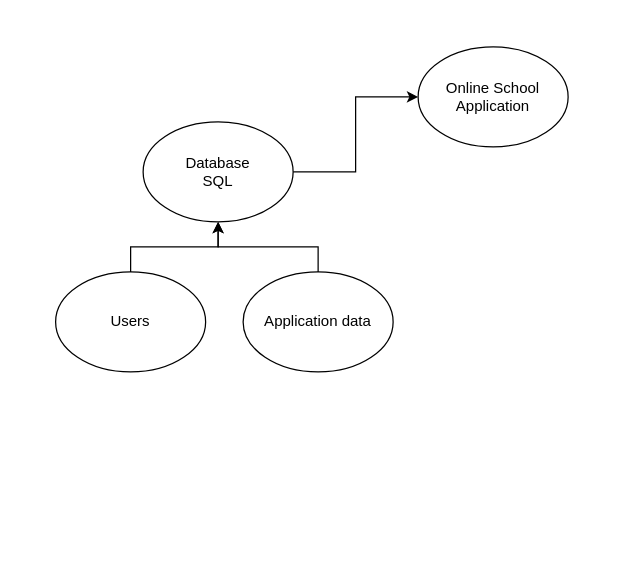
benricok/Delphi-PAT2022-Gr12 keeps this draw.io diagram as Phase1/Delphi PAT 2022 Gr12.drawio. Above is the earlier version. Source tidied: cells renumbered, new cells numbered last; positions are measured from the earlier drawing's top-left corner, leaving out a move shared by most shapes. Both pictures are drawn from the tidied source at 125%, with x=0, y=0 at pixel (55, 46).
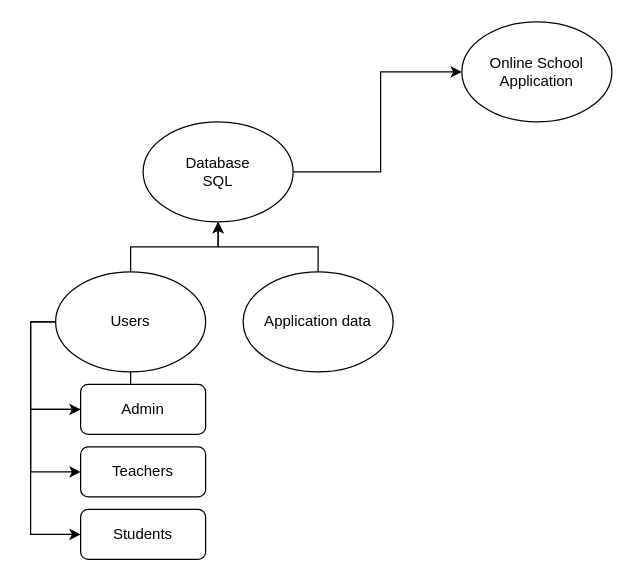
Above is the later version.

Unchanged cells that the change refers to:
```xml
<mxCell id="4" value="Database&lt;br&gt;SQL" style="ellipse;whiteSpace=wrap;html=1;" parent="1" vertex="1">
  <mxGeometry x="70" y="60" width="120" height="80" as="geometry" />
</mxCell>
<mxCell id="6" value="Users" style="ellipse;whiteSpace=wrap;html=1;" parent="1" vertex="1">
  <mxGeometry y="180" width="120" height="80" as="geometry" />
</mxCell>
```

Diff of the diagram source:
```diff
@@
     <mxCell id="2" value="Online School Application" style="ellipse;whiteSpace=wrap;html=1;" parent="1" vertex="1">
-      <mxGeometry x="290" width="120" height="80" as="geometry" />
+      <mxGeometry x="325" y="-20" width="120" height="80" as="geometry" />
     </mxCell>
     <mxCell id="3" style="edgeStyle=orthogonalEdgeStyle;rounded=0;jettySize=auto;html=1;entryX=0;entryY=0.5;entryDx=0;entryDy=0;" parent="1" edge="1" source="4" target="2">
-      <mxGeometry relative="1" as="geometry" />
+      <mxGeometry relative="1" as="geometry">
+        <Array as="points">
+          <mxPoint x="260" y="100" />
+          <mxPoint x="260" y="20" />
+        </Array>
+      </mxGeometry>
     </mxCell>
@@
+    <mxCell id="9" style="edgeStyle=orthogonalEdgeStyle;rounded=0;jettySize=auto;html=1;entryX=0;entryY=0.5;entryDx=0;entryDy=0;exitX=0;exitY=0.5;exitDx=0;exitDy=0;" parent="1" edge="1" source="6" target="12">
+      <mxGeometry relative="1" as="geometry" />
+    </mxCell>
+    <mxCell id="10" style="edgeStyle=orthogonalEdgeStyle;rounded=0;jettySize=auto;html=1;entryX=0;entryY=0.5;entryDx=0;entryDy=0;" parent="1" edge="1" source="6" target="13">
+      <mxGeometry relative="1" as="geometry">
+        <Array as="points">
+          <mxPoint x="60" y="290" />
+          <mxPoint x="-20" y="290" />
+          <mxPoint x="-20" y="340" />
+        </Array>
+      </mxGeometry>
+    </mxCell>
+    <mxCell id="11" style="edgeStyle=orthogonalEdgeStyle;rounded=0;jettySize=auto;html=1;entryX=0;entryY=0.5;entryDx=0;entryDy=0;" parent="1" edge="1" target="14">
+      <mxGeometry relative="1" as="geometry">
+        <mxPoint y="220" as="sourcePoint" />
+        <Array as="points">
+          <mxPoint x="-20" y="220" />
+          <mxPoint x="-20" y="390" />
+        </Array>
+      </mxGeometry>
+    </mxCell>
@@
+    <mxCell id="12" value="Admin" style="rounded=1;whiteSpace=wrap;html=1;" parent="1" vertex="1">
+      <mxGeometry x="20" y="270" width="100" height="40" as="geometry" />
+    </mxCell>
+    <mxCell id="13" value="Teachers" style="rounded=1;whiteSpace=wrap;html=1;" parent="1" vertex="1">
+      <mxGeometry x="20" y="320" width="100" height="40" as="geometry" />
+    </mxCell>
+    <mxCell id="14" value="Students" style="rounded=1;whiteSpace=wrap;html=1;" parent="1" vertex="1">
+      <mxGeometry x="20" y="370" width="100" height="40" as="geometry" />
+    </mxCell>
```
